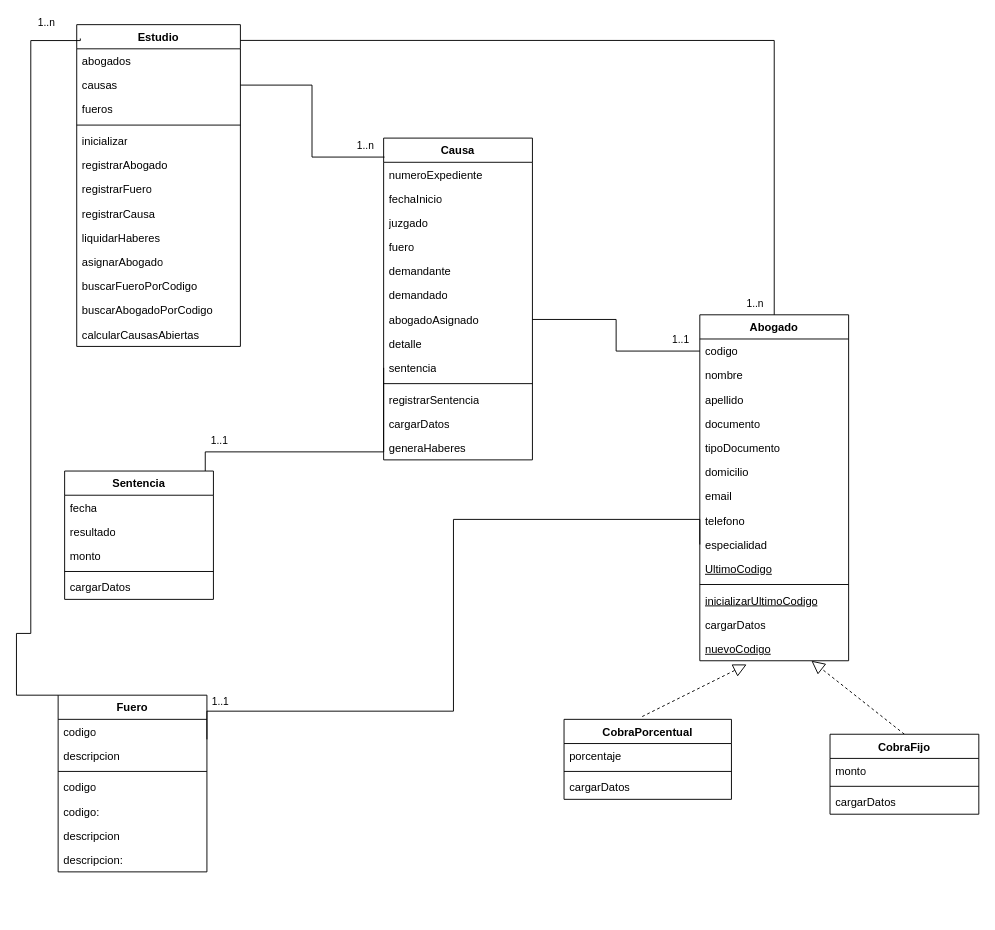
Earlier version of the draw.io diagram page "DiagramaClases" (1 of 2) of diagrama.drawio (Valentin-Leone-Arriola/Paradigmas-2026-2k06-G03). Source tidied: cells renumbered, new cells numbered last; positions are measured from the earlier drawing's top-left corner, leaving out a move shared by most shapes. Both pictures are drawn from the tidied source at 93%, with x=0, y=0 at pixel (16, 24).
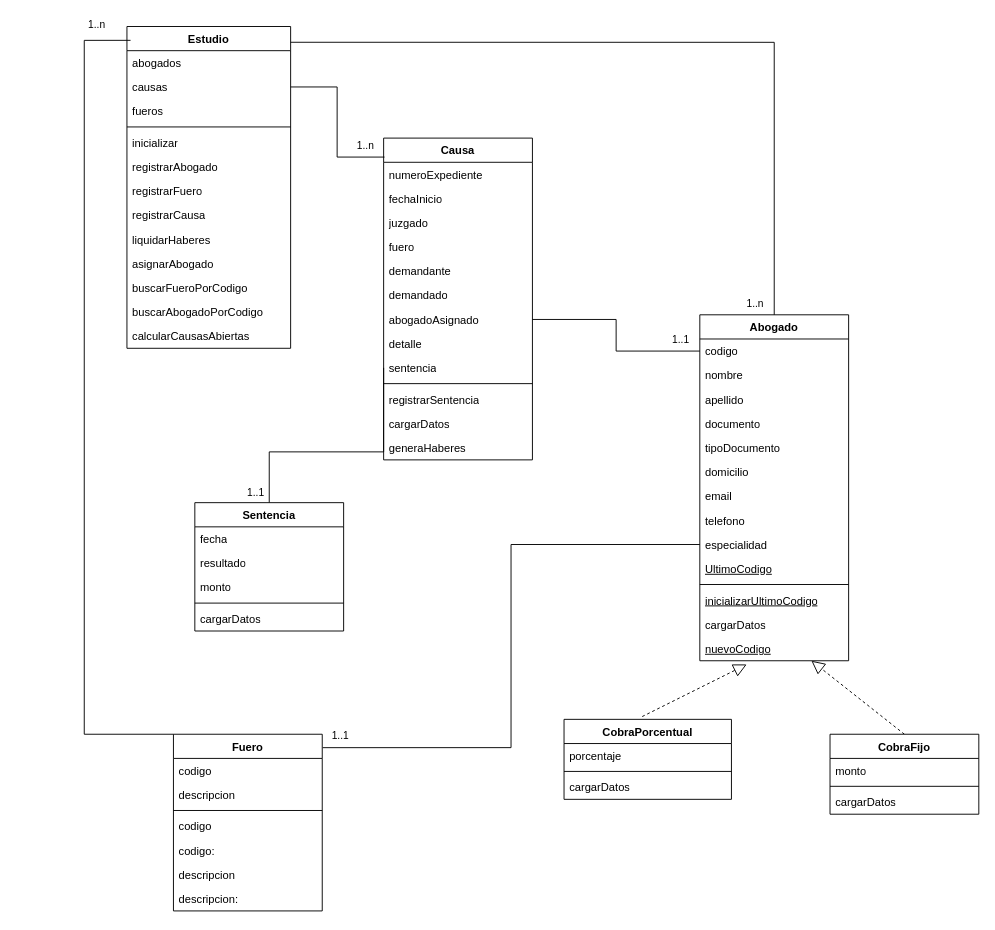
Above is the later version.

Commit message:
fiagrama mas lindo

The change refers to these unchanged cells:
```xml
<mxCell id="11" value="sentencia" style="text;strokeColor=none;fillColor=none;align=left;verticalAlign=top;spacingLeft=4;spacingRight=4;overflow=hidden;points=[[0,0.5],[1,0.5]];portConstraint=eastwest;whiteSpace=wrap;html=1;" parent="2" vertex="1">
  <mxGeometry y="234" width="160" height="26" as="geometry" />
</mxCell>
<mxCell id="25" value="especialidad" style="text;strokeColor=none;fillColor=none;align=left;verticalAlign=top;spacingLeft=4;spacingRight=4;overflow=hidden;points=[[0,0.5],[1,0.5]];portConstraint=eastwest;whiteSpace=wrap;html=1;" parent="16" vertex="1">
  <mxGeometry y="234" width="160" height="26" as="geometry" />
</mxCell>
```

The edit, as a diff of the source:
```diff
@@
     <mxCell id="31" value="Estudio" style="swimlane;fontStyle=1;align=center;verticalAlign=top;horizontal=1;startSize=26;whiteSpace=wrap;html=1;" parent="1" vertex="1">
-      <mxGeometry x="65" width="176" height="346" as="geometry" />
+      <mxGeometry x="119" y="2" width="176" height="346" as="geometry" />
     </mxCell>
@@
-    <mxCell id="47" style="endArrow=none;html=1;edgeStyle=orthogonalEdgeStyle;rounded=0;exitX=0.989;exitY=0.135;exitDx=0;exitDy=0;exitPerimeter=0;entryX=0;entryY=0.5;entryDx=0;entryDy=0;" parent="1" edge="1" source="53" target="11">
+    <mxCell id="47" style="endArrow=none;html=1;edgeStyle=orthogonalEdgeStyle;rounded=0;exitX=0.5;exitY=0;exitDx=0;exitDy=0;entryX=0;entryY=0.5;entryDx=0;entryDy=0;" parent="1" edge="1" source="53" target="11">
       <mxGeometry relative="1" as="geometry">
         <Array as="points">
-          <mxPoint x="203.2" y="498.6" />
-          <mxPoint x="203.2" y="459.4" />
+          <mxPoint x="271.9" y="459.4" />
           <mxPoint x="395" y="459.4" />
         </Array>
       </mxGeometry>
     </mxCell>
     <mxCell id="48" value="1..1" style="edgeLabel;html=1;align=right;verticalAlign=bottom;" parent="47" vertex="1">
       <mxGeometry x="1" relative="1" as="geometry">
-        <mxPoint x="-167" y="86" as="offset" />
+        <mxPoint x="-128" y="142" as="offset" />
       </mxGeometry>
     </mxCell>
@@
     <mxCell id="53" value="Sentencia" style="swimlane;fontStyle=1;align=center;verticalAlign=top;horizontal=1;startSize=26;whiteSpace=wrap;html=1;" parent="1" vertex="1">
-      <mxGeometry x="52" y="480" width="160" height="138" as="geometry" />
+      <mxGeometry x="192" y="514" width="160" height="138" as="geometry" />
     </mxCell>
@@
     <mxCell id="59" value="Fuero" style="swimlane;fontStyle=1;align=center;verticalAlign=top;horizontal=1;startSize=26;whiteSpace=wrap;html=1;" parent="1" vertex="1">
-      <mxGeometry x="45" y="721" width="160" height="190" as="geometry" />
+      <mxGeometry x="169" y="763" width="160" height="190" as="geometry" />
     </mxCell>
@@
+    <mxCell id="79" style="endArrow=none;html=1;edgeStyle=orthogonalEdgeStyle;rounded=0;exitX=0;exitY=0;exitDx=0;exitDy=0;entryX=0.022;entryY=0.043;entryDx=0;entryDy=0;entryPerimeter=0;" parent="1" edge="1" source="59" target="31">
+      <mxGeometry relative="1" as="geometry">
+        <Array as="points">
+          <mxPoint x="73.1" y="762.9" />
+          <mxPoint x="73.1" y="16.9" />
+        </Array>
+      </mxGeometry>
+    </mxCell>
+    <mxCell id="80" value="1..n" style="edgeLabel;html=1;align=right;verticalAlign=bottom;" parent="79" vertex="1">
+      <mxGeometry x="1" relative="1" as="geometry">
+        <mxPoint x="-27" y="-9" as="offset" />
+      </mxGeometry>
+    </mxCell>
-    <mxCell id="77" style="endArrow=none;html=1;edgeStyle=orthogonalEdgeStyle;rounded=0;exitX=1;exitY=0.25;exitDx=0;exitDy=0;entryX=0;entryY=0.5;entryDx=0;entryDy=0;" parent="1" edge="1" source="59" target="25">
-      <mxGeometry relative="1" as="geometry">
-        <Array as="points">
-          <mxPoint x="205" y="738.2" />
-          <mxPoint x="470.1" y="738.2" />
-          <mxPoint x="470.1" y="532" />
-          <mxPoint x="735" y="532" />
-        </Array>
-      </mxGeometry>
+    <mxCell id="77" style="endArrow=none;html=1;edgeStyle=orthogonalEdgeStyle;rounded=0;exitX=1.003;exitY=0.076;exitDx=0;exitDy=0;entryX=0;entryY=0.5;entryDx=0;entryDy=0;exitPerimeter=0;" parent="1" edge="1" source="59" target="25">
+      <mxGeometry relative="1" as="geometry" />
     </mxCell>
     <mxCell id="78" value="1..1" style="edgeLabel;html=1;align=right;verticalAlign=bottom;" parent="77" vertex="1">
       <mxGeometry x="1" relative="1" as="geometry">
-        <mxPoint x="-506" y="176" as="offset" />
+        <mxPoint x="-377" y="214" as="offset" />
       </mxGeometry>
     </mxCell>
-    <mxCell id="79" style="endArrow=none;html=1;edgeStyle=orthogonalEdgeStyle;rounded=0;exitX=0;exitY=0;exitDx=0;exitDy=0;entryX=0.022;entryY=0.043;entryDx=0;entryDy=0;entryPerimeter=0;" parent="1" edge="1" source="59" target="31">
-      <mxGeometry relative="1" as="geometry">
-        <Array as="points">
-          <mxPoint x="0.2" y="721.1" />
-          <mxPoint x="0.2" y="654.6" />
-          <mxPoint x="15.6" y="654.6" />
-          <mxPoint x="15.6" y="17.1" />
-        </Array>
-      </mxGeometry>
-    </mxCell>
-    <mxCell id="80" value="1..n" style="edgeLabel;html=1;align=right;verticalAlign=bottom;" parent="79" vertex="1">
-      <mxGeometry x="1" relative="1" as="geometry">
-        <mxPoint x="-27" y="-9" as="offset" />
-      </mxGeometry>
-    </mxCell>
```
